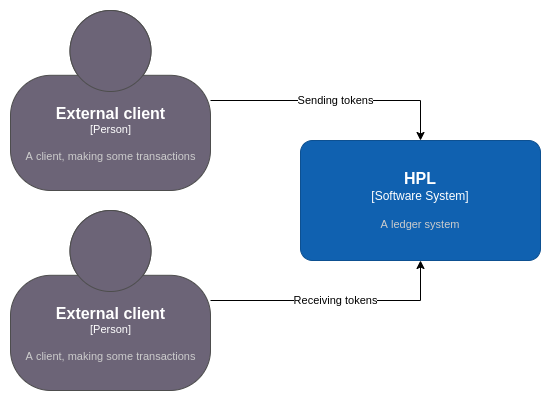
The draw.io diagram .github/assets/context.drawio.png in research-ag/hpl, before a commit. Source tidied: cells renumbered, new cells last; positions are measured from the earlier drawing's top-left corner, leaving out a move shared by most shapes. Source of this version:
```xml
<mxGraphModel>
  <root>
    <mxCell id="0" />
    <mxCell id="1" parent="0" />
    <mxCell id="2" value="Sending tokens" style="edgeStyle=orthogonalEdgeStyle;rounded=0;jettySize=auto;html=1;entryX=0.5;entryY=0;entryDx=0;entryDy=0;entryPerimeter=0;" parent="1" edge="1" source="3" target="6">
      <mxGeometry relative="1" as="geometry" />
    </mxCell>
    <object id="3" label="&lt;font style=&quot;font-size: 16px&quot;&gt;&lt;b&gt;%c4Name%&lt;/b&gt;&lt;/font&gt;&lt;div&gt;[%c4Type%]&lt;/div&gt;&lt;br&gt;&lt;div&gt;&lt;font style=&quot;font-size: 11px&quot;&gt;&lt;font color=&quot;#cccccc&quot;&gt;%c4Description%&lt;/font&gt;&lt;/div&gt;" c4Description="A client, making some transactions" c4Name="External client" c4Type="Person" placeholders="1">
      <mxCell style="html=1;fontSize=11;dashed=0;whitespace=wrap;fillColor=#6C6477;strokeColor=#4D4D4D;fontColor=#ffffff;shape=mxgraph.c4.person2;align=center;points=[[0.5,0,0],[1,0.5,0],[1,0.75,0],[0.75,1,0],[0.5,1,0],[0.25,1,0],[0,0.75,0],[0,0.5,0]];" parent="1" vertex="1">
        <mxGeometry width="200" height="180" as="geometry" />
      </mxCell>
    </object>
    <mxCell id="4" value="Receiving tokens" style="edgeStyle=orthogonalEdgeStyle;rounded=0;jettySize=auto;html=1;entryX=0.5;entryY=1;entryDx=0;entryDy=0;entryPerimeter=0;" parent="1" edge="1" source="5" target="6">
      <mxGeometry relative="1" as="geometry" />
    </mxCell>
    <object id="5" label="&lt;font style=&quot;font-size: 16px&quot;&gt;&lt;b&gt;%c4Name%&lt;/b&gt;&lt;/font&gt;&lt;div&gt;[%c4Type%]&lt;/div&gt;&lt;br&gt;&lt;div&gt;&lt;font style=&quot;font-size: 11px&quot;&gt;&lt;font color=&quot;#cccccc&quot;&gt;%c4Description%&lt;/font&gt;&lt;/div&gt;" c4Description="A client, making some transactions" c4Name="External client" c4Type="Person" placeholders="1">
      <mxCell style="html=1;fontSize=11;dashed=0;whitespace=wrap;fillColor=#6C6477;strokeColor=#4D4D4D;fontColor=#ffffff;shape=mxgraph.c4.person2;align=center;points=[[0.5,0,0],[1,0.5,0],[1,0.75,0],[0.75,1,0],[0.5,1,0],[0.25,1,0],[0,0.75,0],[0,0.5,0]];" parent="1" vertex="1">
        <mxGeometry y="200" width="200" height="180" as="geometry" />
      </mxCell>
    </object>
    <object id="6" label="&lt;font style=&quot;font-size: 16px&quot;&gt;&lt;b&gt;%c4Name%&lt;/b&gt;&lt;/font&gt;&lt;div&gt;[%c4Type%]&lt;/div&gt;&lt;br&gt;&lt;div&gt;&lt;font style=&quot;font-size: 11px&quot;&gt;&lt;font color=&quot;#cccccc&quot;&gt;%c4Description%&lt;/font&gt;&lt;/div&gt;" c4Description="A ledger system" c4Name="HPL" c4Type="Software System" placeholders="1">
      <mxCell style="rounded=1;whiteSpace=wrap;html=1;labelBackgroundColor=none;fillColor=#1061B0;fontColor=#ffffff;align=center;arcSize=10;strokeColor=#0D5091;points=[[0.25,0,0],[0.5,0,0],[0.75,0,0],[1,0.25,0],[1,0.5,0],[1,0.75,0],[0.75,1,0],[0.5,1,0],[0.25,1,0],[0,0.75,0],[0,0.5,0],[0,0.25,0]];" parent="1" vertex="1">
        <mxGeometry x="290" y="130" width="240" height="120" as="geometry" />
      </mxCell>
    </object>
  </root>
</mxGraphModel>
```
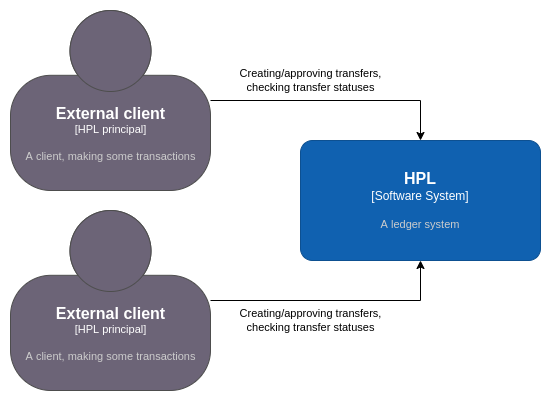
The same diagram one commit later.

Diff of the diagram source:
```diff
@@ -2,18 +2,18 @@
   <root>
     <mxCell id="0" />
     <mxCell id="1" parent="0" />
-    <mxCell id="2" value="Sending tokens" style="edgeStyle=orthogonalEdgeStyle;rounded=0;jettySize=auto;html=1;entryX=0.5;entryY=0;entryDx=0;entryDy=0;entryPerimeter=0;" parent="1" edge="1" source="3" target="6">
-      <mxGeometry relative="1" as="geometry" />
+    <mxCell id="2" value="Creating/approving transfers,&lt;br&gt;checking transfer statuses" style="edgeStyle=orthogonalEdgeStyle;rounded=0;jettySize=auto;html=1;entryX=0.5;entryY=0;entryDx=0;entryDy=0;entryPerimeter=0;" parent="1" edge="1" source="3" target="6">
+      <mxGeometry x="-0.2" y="20" relative="1" as="geometry" />
     </mxCell>
-    <object id="3" label="&lt;font style=&quot;font-size: 16px&quot;&gt;&lt;b&gt;%c4Name%&lt;/b&gt;&lt;/font&gt;&lt;div&gt;[%c4Type%]&lt;/div&gt;&lt;br&gt;&lt;div&gt;&lt;font style=&quot;font-size: 11px&quot;&gt;&lt;font color=&quot;#cccccc&quot;&gt;%c4Description%&lt;/font&gt;&lt;/div&gt;" c4Description="A client, making some transactions" c4Name="External client" c4Type="Person" placeholders="1">
+    <object id="3" label="&lt;font style=&quot;font-size: 16px&quot;&gt;&lt;b&gt;%c4Name%&lt;/b&gt;&lt;/font&gt;&lt;div&gt;[%c4Type%]&lt;/div&gt;&lt;br&gt;&lt;div&gt;&lt;font style=&quot;font-size: 11px&quot;&gt;&lt;font color=&quot;#cccccc&quot;&gt;%c4Description%&lt;/font&gt;&lt;/div&gt;" c4Description="A client, making some transactions" c4Name="External client" c4Type="HPL principal" placeholders="1">
       <mxCell style="html=1;fontSize=11;dashed=0;whitespace=wrap;fillColor=#6C6477;strokeColor=#4D4D4D;fontColor=#ffffff;shape=mxgraph.c4.person2;align=center;points=[[0.5,0,0],[1,0.5,0],[1,0.75,0],[0.75,1,0],[0.5,1,0],[0.25,1,0],[0,0.75,0],[0,0.5,0]];" parent="1" vertex="1">
         <mxGeometry width="200" height="180" as="geometry" />
       </mxCell>
     </object>
-    <mxCell id="4" value="Receiving tokens" style="edgeStyle=orthogonalEdgeStyle;rounded=0;jettySize=auto;html=1;entryX=0.5;entryY=1;entryDx=0;entryDy=0;entryPerimeter=0;" parent="1" edge="1" source="5" target="6">
-      <mxGeometry relative="1" as="geometry" />
+    <mxCell id="4" value="Creating/approving transfers,&lt;br&gt;checking transfer statuses" style="edgeStyle=orthogonalEdgeStyle;rounded=0;jettySize=auto;html=1;entryX=0.5;entryY=1;entryDx=0;entryDy=0;entryPerimeter=0;" parent="1" edge="1" source="5" target="6">
+      <mxGeometry x="-0.2" y="-20" relative="1" as="geometry" />
     </mxCell>
-    <object id="5" label="&lt;font style=&quot;font-size: 16px&quot;&gt;&lt;b&gt;%c4Name%&lt;/b&gt;&lt;/font&gt;&lt;div&gt;[%c4Type%]&lt;/div&gt;&lt;br&gt;&lt;div&gt;&lt;font style=&quot;font-size: 11px&quot;&gt;&lt;font color=&quot;#cccccc&quot;&gt;%c4Description%&lt;/font&gt;&lt;/div&gt;" c4Description="A client, making some transactions" c4Name="External client" c4Type="Person" placeholders="1">
+    <object id="5" label="&lt;font style=&quot;font-size: 16px&quot;&gt;&lt;b&gt;%c4Name%&lt;/b&gt;&lt;/font&gt;&lt;div&gt;[%c4Type%]&lt;/div&gt;&lt;br&gt;&lt;div&gt;&lt;font style=&quot;font-size: 11px&quot;&gt;&lt;font color=&quot;#cccccc&quot;&gt;%c4Description%&lt;/font&gt;&lt;/div&gt;" c4Description="A client, making some transactions" c4Name="External client" c4Type="HPL principal" placeholders="1">
       <mxCell style="html=1;fontSize=11;dashed=0;whitespace=wrap;fillColor=#6C6477;strokeColor=#4D4D4D;fontColor=#ffffff;shape=mxgraph.c4.person2;align=center;points=[[0.5,0,0],[1,0.5,0],[1,0.75,0],[0.75,1,0],[0.5,1,0],[0.25,1,0],[0,0.75,0],[0,0.5,0]];" parent="1" vertex="1">
         <mxGeometry y="200" width="200" height="180" as="geometry" />
       </mxCell>
```
